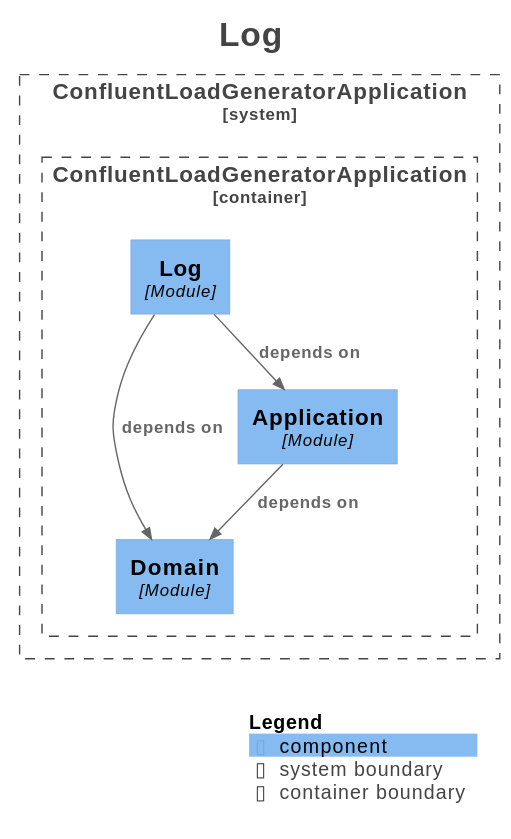
This is docs/generated/architecture/svg/module-eventing.adapter.log.svg from Mathmagicians/confluent-eventing-playground, a PlantUML export, as it was before one commit.
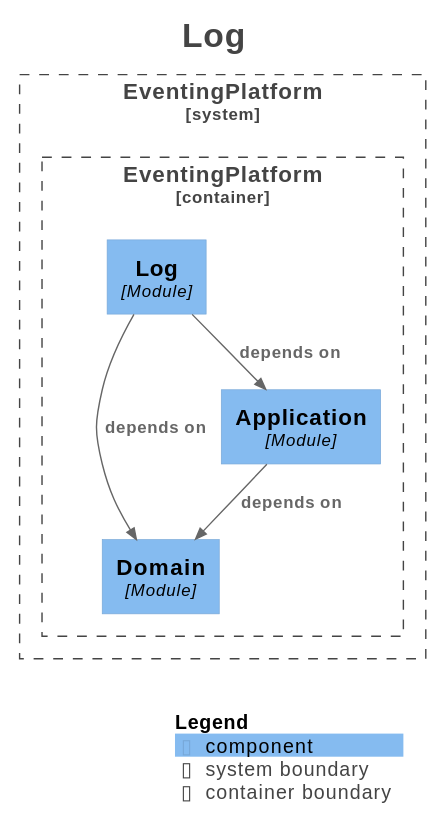
Later version of the same file.

The edit, as a diff of the source:
```diff
@@ -16,18 +16,18 @@
 !include <C4/C4_Context>
 !include <C4/C4_Component>
 
-System_Boundary("ConfluentLoadGeneratorApplication_boundary", "ConfluentLoadGeneratorApplication", $tags="") {
-  Container_Boundary("ConfluentLoadGeneratorApplication.ConfluentLoadGeneratorApplication_boundary", "ConfluentLoadGeneratorApplication", $tags="") {
-    Component(ConfluentLoadGeneratorApplication.ConfluentLoadGeneratorApplication.Domain, "Domain", $techn="Module", $descr="", $tags="", $link="")
-    Component(ConfluentLoadGeneratorApplication.ConfluentLoadGeneratorApplication.Application, "Application", $techn="Module", $descr="", $tags="", $link="")
-    Component(ConfluentLoadGeneratorApplication.ConfluentLoadGeneratorApplication.Log, "Log", $techn="Module", $descr="", $tags="", $link="")
+System_Boundary("EventingPlatform_boundary", "EventingPlatform", $tags="") {
+  Container_Boundary("EventingPlatform.EventingPlatform_boundary", "EventingPlatform", $tags="") {
+    Component(EventingPlatform.EventingPlatform.Domain, "Domain", $techn="Module", $descr="", $tags="", $link="")
+    Component(EventingPlatform.EventingPlatform.Application, "Application", $techn="Module", $descr="", $tags="", $link="")
+    Component(EventingPlatform.EventingPlatform.Log, "Log", $techn="Module", $descr="", $tags="", $link="")
   }
 
 }
 
-Rel(ConfluentLoadGeneratorApplication.ConfluentLoadGeneratorApplication.Application, ConfluentLoadGeneratorApplication.ConfluentLoadGeneratorApplication.Domain, "depends on", $techn="", $tags="", $link="")
-Rel(ConfluentLoadGeneratorApplication.ConfluentLoadGeneratorApplication.Log, ConfluentLoadGeneratorApplication.ConfluentLoadGeneratorApplication.Domain, "depends on", $techn="", $tags="", $link="")
-Rel(ConfluentLoadGeneratorApplication.ConfluentLoadGeneratorApplication.Log, ConfluentLoadGeneratorApplication.ConfluentLoadGeneratorApplication.Application, "depends on", $techn="", $tags="", $link="")
+Rel(EventingPlatform.EventingPlatform.Log, EventingPlatform.EventingPlatform.Domain, "depends on", $techn="", $tags="", $link="")
+Rel(EventingPlatform.EventingPlatform.Log, EventingPlatform.EventingPlatform.Application, "depends on", $techn="", $tags="", $link="")
+Rel(EventingPlatform.EventingPlatform.Application, EventingPlatform.EventingPlatform.Domain, "depends on", $techn="", $tags="", $link="")
 
 SHOW_LEGEND(true)
 hide stereotypes
```
